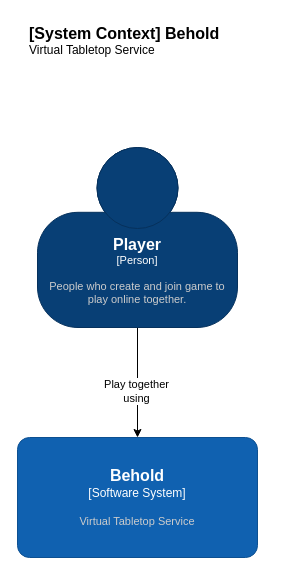
Before: doc/c4-context.drawio in freeborough/behold, a draw.io diagram. Source tidied: cells renumbered, new cells numbered last; positions are measured from the earlier drawing's top-left corner, leaving out a move shared by most shapes. Both pictures are drawn from the tidied source at 100%, with x=0, y=0 at pixel (17, 17).
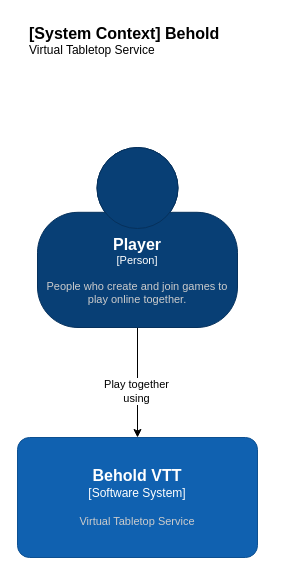
After the change.

Commit message (it also covers changes not shown here):
Added C4 Container Diagram

What changed in the source:
```diff
@@
 <mxGraphModel>
   <root>
     <mxCell id="0" />
     <mxCell id="1" parent="0" />
     <object id="2" label="&lt;font style=&quot;font-size: 16px&quot;&gt;&lt;b&gt;&lt;div style=&quot;text-align: left&quot;&gt;%c4Name%&lt;/div&gt;&lt;/b&gt;&lt;/font&gt;&lt;div style=&quot;text-align: left&quot;&gt;%c4Description%&lt;/div&gt;" c4Description="Virtual Tabletop Service" c4Name="[System Context] Behold" placeholders="1">
       <mxCell style="text;html=1;strokeColor=none;fillColor=none;align=left;verticalAlign=top;whiteSpace=wrap;rounded=0;" parent="1" vertex="1">
         <mxGeometry x="10" width="260" height="40" as="geometry" />
       </mxCell>
     </object>
     <mxCell id="3" style="edgeStyle=orthogonalEdgeStyle;rounded=0;jettySize=auto;html=1;" parent="1" edge="1" source="5" target="6">
       <mxGeometry relative="1" as="geometry" />
     </mxCell>
     <mxCell id="4" value="Play together&lt;br&gt;using" style="edgeLabel;html=1;align=center;verticalAlign=middle;" parent="3" vertex="1">
       <mxGeometry x="0.14" y="-2" relative="1" as="geometry" />
     </mxCell>
-    <object id="5" label="&lt;font style=&quot;font-size: 16px&quot;&gt;&lt;b&gt;%c4Name%&lt;/b&gt;&lt;/font&gt;&lt;div&gt;[%c4Type%]&lt;/div&gt;&lt;br&gt;&lt;div&gt;&lt;font style=&quot;font-size: 11px&quot;&gt;&lt;font color=&quot;#cccccc&quot;&gt;%c4Description%&lt;/font&gt;&lt;/div&gt;" c4Description="People who create and join game to play online together." c4Name="Player" c4Type="Person" placeholders="1">
+    <object id="5" label="&lt;font style=&quot;font-size: 16px&quot;&gt;&lt;b&gt;%c4Name%&lt;/b&gt;&lt;/font&gt;&lt;div&gt;[%c4Type%]&lt;/div&gt;&lt;br&gt;&lt;div&gt;&lt;font style=&quot;font-size: 11px&quot;&gt;&lt;font color=&quot;#cccccc&quot;&gt;%c4Description%&lt;/font&gt;&lt;/div&gt;" c4Description="People who create and join games to play online together." c4Name="Player" c4Type="Person" placeholders="1">
       <mxCell style="html=1;fontSize=11;dashed=0;whiteSpace=wrap;fillColor=#083F75;strokeColor=#06315C;fontColor=#ffffff;shape=mxgraph.c4.person2;align=center;points=[[0.5,0,0],[1,0.5,0],[1,0.75,0],[0.75,1,0],[0.5,1,0],[0.25,1,0],[0,0.75,0],[0,0.5,0]];" parent="1" vertex="1">
         <mxGeometry x="20" y="130" width="200" height="180" as="geometry" />
       </mxCell>
     </object>
-    <object id="6" label="&lt;font style=&quot;font-size: 16px&quot;&gt;&lt;b&gt;%c4Name%&lt;/b&gt;&lt;/font&gt;&lt;div&gt;[%c4Type%]&lt;/div&gt;&lt;br&gt;&lt;div&gt;&lt;font style=&quot;font-size: 11px&quot;&gt;&lt;font color=&quot;#cccccc&quot;&gt;%c4Description%&lt;/font&gt;&lt;/div&gt;" c4Description="Virtual Tabletop Service" c4Name="Behold" c4Type="Software System" placeholders="1">
+    <object id="6" label="&lt;font style=&quot;font-size: 16px&quot;&gt;&lt;b&gt;%c4Name%&lt;/b&gt;&lt;/font&gt;&lt;div&gt;[%c4Type%]&lt;/div&gt;&lt;br&gt;&lt;div&gt;&lt;font style=&quot;font-size: 11px&quot;&gt;&lt;font color=&quot;#cccccc&quot;&gt;%c4Description%&lt;/font&gt;&lt;/div&gt;" c4Description="Virtual Tabletop Service" c4Name="Behold VTT" c4Type="Software System" placeholders="1">
       <mxCell style="rounded=1;whiteSpace=wrap;html=1;labelBackgroundColor=none;fillColor=#1061B0;fontColor=#ffffff;align=center;arcSize=10;strokeColor=#0D5091;points=[[0.25,0,0],[0.5,0,0],[0.75,0,0],[1,0.25,0],[1,0.5,0],[1,0.75,0],[0.75,1,0],[0.5,1,0],[0.25,1,0],[0,0.75,0],[0,0.5,0],[0,0.25,0]];" parent="1" vertex="1">
         <mxGeometry y="420" width="240" height="120" as="geometry" />
       </mxCell>
     </object>
   </root>
 </mxGraphModel>
```
